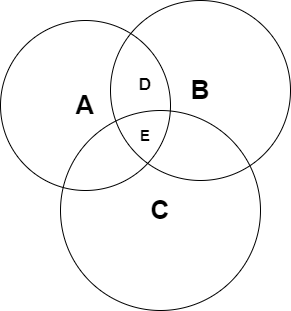
This is file/学习想法/picture/韦恩图1.png from zeff163/stackedit-app-data, a draw.io export, as it was before one commit. Source tidied: cells renumbered, new cells last; positions are measured from the earlier drawing's top-left corner, leaving out a move shared by most shapes. Its diagram source:
```xml
<mxGraphModel>
  <root>
    <mxCell id="0" />
    <mxCell id="1" parent="0" />
    <mxCell id="2" value="B" style="ellipse;whiteSpace=wrap;html=1;fillColor=none;fontSize=26;fontStyle=1;" parent="1" vertex="1">
      <mxGeometry x="110" width="180" height="180" as="geometry" />
    </mxCell>
    <mxCell id="3" value="A" style="ellipse;whiteSpace=wrap;html=1;fillColor=none;fontSize=26;fontStyle=1;" parent="1" vertex="1">
      <mxGeometry y="20" width="170" height="170" as="geometry" />
    </mxCell>
    <mxCell id="4" value="C" style="ellipse;whiteSpace=wrap;html=1;fillColor=none;fontSize=26;fontStyle=1;" parent="1" vertex="1">
      <mxGeometry x="60" y="110" width="200" height="200" as="geometry" />
    </mxCell>
    <mxCell id="5" value="E" style="text;strokeColor=none;align=center;fillColor=none;html=1;verticalAlign=middle;whiteSpace=wrap;rounded=0;fontSize=15;fontStyle=1;" parent="1" vertex="1">
      <mxGeometry x="120" y="120" width="50" height="30" as="geometry" />
    </mxCell>
    <mxCell id="6" value="&lt;font style=&quot;font-size: 17px;&quot;&gt;&lt;b&gt;D&lt;/b&gt;&lt;/font&gt;" style="text;strokeColor=none;align=center;fillColor=none;html=1;verticalAlign=middle;whiteSpace=wrap;rounded=0;" parent="1" vertex="1">
      <mxGeometry x="115" y="70" width="60" height="30" as="geometry" />
    </mxCell>
  </root>
</mxGraphModel>
```
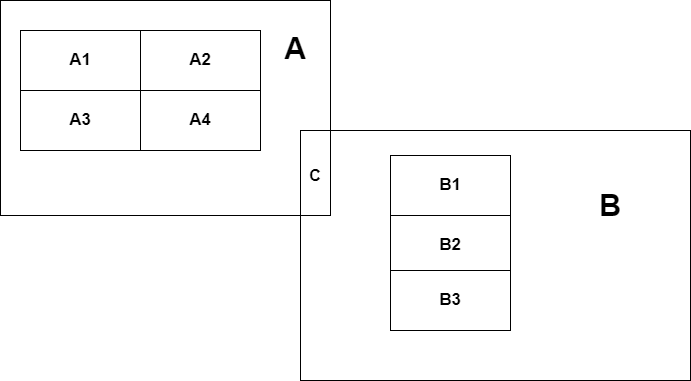
Above is the later version.

Commit message:
更新韦恩图1.png

What changed in the source:
```diff
@@ -2,20 +2,41 @@
   <root>
     <mxCell id="0" />
     <mxCell id="1" parent="0" />
+    <mxCell id="7" style="rounded=0;whiteSpace=wrap;html=1;fillColor=none;fontSize=17;fontStyle=1;" parent="1" vertex="1">
+      <mxGeometry x="-60" y="-30" width="330" height="215" as="geometry" />
+    </mxCell>
+    <mxCell id="8" value="A1" style="rounded=0;whiteSpace=wrap;html=1;fontSize=17;fontStyle=1;" parent="1" vertex="1">
+      <mxGeometry x="-40" width="120" height="60" as="geometry" />
+    </mxCell>
+    <mxCell id="9" value="A2" style="rounded=0;whiteSpace=wrap;html=1;fontSize=17;fontStyle=1;" parent="1" vertex="1">
+      <mxGeometry x="80" width="120" height="60" as="geometry" />
+    </mxCell>
+    <mxCell id="10" value="A3" style="rounded=0;whiteSpace=wrap;html=1;fontSize=17;fontStyle=1;" parent="1" vertex="1">
+      <mxGeometry x="-40" y="60" width="120" height="60" as="geometry" />
+    </mxCell>
+    <mxCell id="11" value="A4" style="rounded=0;whiteSpace=wrap;html=1;fontSize=17;fontStyle=1;" parent="1" vertex="1">
+      <mxGeometry x="80" y="60" width="120" height="60" as="geometry" />
+    </mxCell>
+    <mxCell id="3" value="A" style="text;strokeColor=none;align=center;fillColor=none;html=1;verticalAlign=middle;whiteSpace=wrap;rounded=0;fontSize=30;fontStyle=1;" parent="1" vertex="1">
+      <mxGeometry x="200" width="70" height="35" as="geometry" />
+    </mxCell>
+    <mxCell id="12" style="rounded=0;whiteSpace=wrap;html=1;fillColor=none;fontSize=17;fontStyle=1;" parent="1" vertex="1">
+      <mxGeometry x="240" y="100" width="390" height="250" as="geometry" />
+    </mxCell>
+    <mxCell id="13" value="B1" style="rounded=0;whiteSpace=wrap;html=1;fontSize=17;fontStyle=1;" parent="1" vertex="1">
+      <mxGeometry x="330" y="125" width="120" height="60" as="geometry" />
+    </mxCell>
+    <mxCell id="14" value="B2" style="rounded=0;whiteSpace=wrap;html=1;fontSize=17;fontStyle=1;" parent="1" vertex="1">
+      <mxGeometry x="330" y="185" width="120" height="60" as="geometry" />
+    </mxCell>
+    <mxCell id="15" value="B3" style="rounded=0;whiteSpace=wrap;html=1;fontSize=17;fontStyle=1;" parent="1" vertex="1">
+      <mxGeometry x="330" y="240" width="120" height="60" as="geometry" />
+    </mxCell>
-    <mxCell id="2" value="B" style="ellipse;whiteSpace=wrap;html=1;fillColor=none;fontSize=26;fontStyle=1;" parent="1" vertex="1">
-      <mxGeometry x="110" width="180" height="180" as="geometry" />
+    <mxCell id="2" value="B" style="text;strokeColor=none;align=center;fillColor=none;html=1;verticalAlign=middle;whiteSpace=wrap;rounded=0;fontSize=30;fontStyle=1;" parent="1" vertex="1">
+      <mxGeometry x="520" y="160" width="60" height="30" as="geometry" />
     </mxCell>
-    <mxCell id="3" value="A" style="ellipse;whiteSpace=wrap;html=1;fillColor=none;fontSize=26;fontStyle=1;" parent="1" vertex="1">
-      <mxGeometry y="20" width="170" height="170" as="geometry" />
-    </mxCell>
-    <mxCell id="4" value="C" style="ellipse;whiteSpace=wrap;html=1;fillColor=none;fontSize=26;fontStyle=1;" parent="1" vertex="1">
-      <mxGeometry x="60" y="110" width="200" height="200" as="geometry" />
+    <mxCell id="4" value="&lt;b&gt;&lt;font style=&quot;font-size: 16px;&quot;&gt;C&lt;/font&gt;&lt;/b&gt;" style="text;strokeColor=none;align=center;fillColor=none;html=1;verticalAlign=middle;whiteSpace=wrap;rounded=0;" parent="1" vertex="1">
+      <mxGeometry x="230" y="130" width="50" height="30" as="geometry" />
     </mxCell>
-    <mxCell id="5" value="E" style="text;strokeColor=none;align=center;fillColor=none;html=1;verticalAlign=middle;whiteSpace=wrap;rounded=0;fontSize=15;fontStyle=1;" parent="1" vertex="1">
-      <mxGeometry x="120" y="120" width="50" height="30" as="geometry" />
-    </mxCell>
-    <mxCell id="6" value="&lt;font style=&quot;font-size: 17px;&quot;&gt;&lt;b&gt;D&lt;/b&gt;&lt;/font&gt;" style="text;strokeColor=none;align=center;fillColor=none;html=1;verticalAlign=middle;whiteSpace=wrap;rounded=0;" parent="1" vertex="1">
-      <mxGeometry x="115" y="70" width="60" height="30" as="geometry" />
-    </mxCell>
   </root>
 </mxGraphModel>
```
